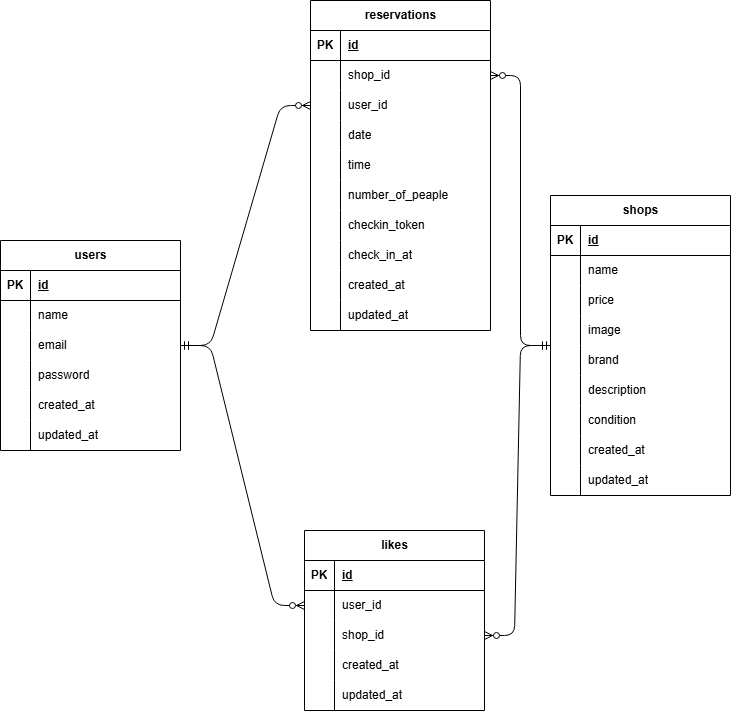
Earlier version of the draw.io export ER.drawio.png (shinzawa/tsutomu-mogi3). Source tidied: cells renumbered, new cells last; positions are measured from the earlier drawing's top-left corner, leaving out a move shared by most shapes.
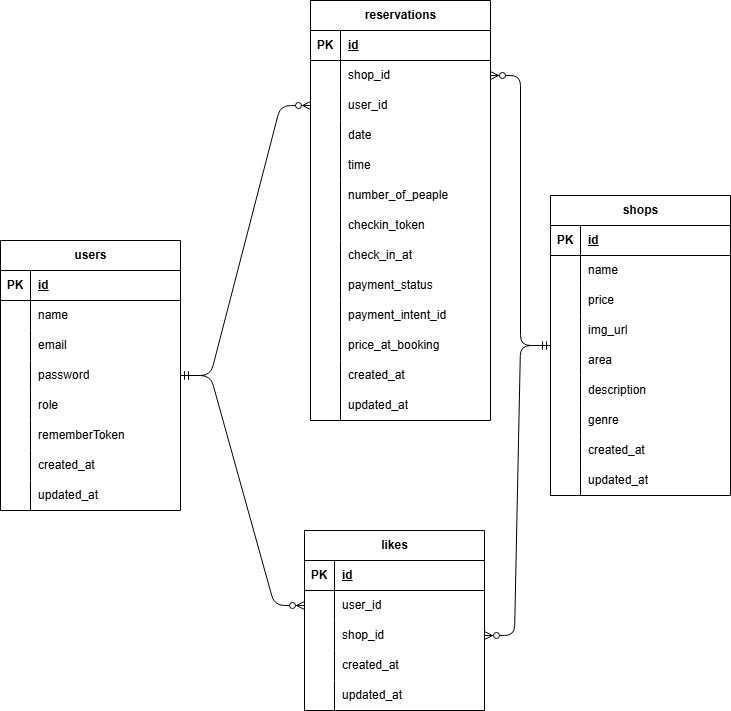
After the commit.

What changed in the source:
```diff
@@ -38,7 +38,7 @@
     <mxCell id="13" style="shape=partialRectangle;fillColor=none;top=0;left=0;bottom=0;right=0;overflow=hidden;whiteSpace=wrap;html=1;" parent="12" vertex="1">
       <mxGeometry width="30" height="30" as="geometry" />
     </mxCell>
-    <mxCell id="14" value="image" style="shape=partialRectangle;fillColor=none;top=0;left=0;bottom=0;right=0;align=left;spacingLeft=6;overflow=hidden;whiteSpace=wrap;html=1;" parent="12" vertex="1">
+    <mxCell id="14" value="img_url" style="shape=partialRectangle;fillColor=none;top=0;left=0;bottom=0;right=0;align=left;spacingLeft=6;overflow=hidden;whiteSpace=wrap;html=1;" parent="12" vertex="1">
       <mxGeometry x="30" width="150" height="30" as="geometry" />
     </mxCell>
     <mxCell id="15" style="shape=tableRow;horizontal=0;startSize=0;swimlaneHead=0;swimlaneBody=0;fillColor=none;top=0;left=0;right=0;bottom=0;" parent="2" vertex="1">
@@ -47,7 +47,7 @@
     <mxCell id="16" style="shape=partialRectangle;fillColor=none;top=0;left=0;bottom=0;right=0;overflow=hidden;whiteSpace=wrap;html=1;" parent="15" vertex="1">
       <mxGeometry width="30" height="30" as="geometry" />
     </mxCell>
-    <mxCell id="17" value="brand" style="shape=partialRectangle;fillColor=none;top=0;left=0;bottom=0;right=0;align=left;spacingLeft=6;overflow=hidden;whiteSpace=wrap;html=1;" parent="15" vertex="1">
+    <mxCell id="17" value="area" style="shape=partialRectangle;fillColor=none;top=0;left=0;bottom=0;right=0;align=left;spacingLeft=6;overflow=hidden;whiteSpace=wrap;html=1;" parent="15" vertex="1">
       <mxGeometry x="30" width="150" height="30" as="geometry" />
     </mxCell>
     <mxCell id="18" style="shape=tableRow;horizontal=0;startSize=0;swimlaneHead=0;swimlaneBody=0;fillColor=none;top=0;left=0;right=0;bottom=0;" parent="2" vertex="1">
@@ -65,7 +65,7 @@
     <mxCell id="22" style="shape=partialRectangle;fillColor=none;top=0;left=0;bottom=0;right=0;overflow=hidden;whiteSpace=wrap;html=1;" parent="21" vertex="1">
       <mxGeometry width="30" height="30" as="geometry" />
     </mxCell>
-    <mxCell id="23" value="condition" style="shape=partialRectangle;fillColor=none;top=0;left=0;bottom=0;right=0;align=left;spacingLeft=6;overflow=hidden;whiteSpace=wrap;html=1;" parent="21" vertex="1">
+    <mxCell id="23" value="genre" style="shape=partialRectangle;fillColor=none;top=0;left=0;bottom=0;right=0;align=left;spacingLeft=6;overflow=hidden;whiteSpace=wrap;html=1;" parent="21" vertex="1">
       <mxGeometry x="30" width="150" height="30" as="geometry" />
     </mxCell>
     <mxCell id="24" style="shape=tableRow;horizontal=0;startSize=0;swimlaneHead=0;swimlaneBody=0;fillColor=none;top=0;left=0;right=0;bottom=0;" parent="2" vertex="1">
@@ -87,7 +87,7 @@
       <mxGeometry x="30" width="150" height="30" as="geometry" />
     </mxCell>
     <mxCell id="30" value="users" style="shape=table;startSize=30;rowLines=0;fontStyle=1;align=center;html=1;" parent="1" vertex="1">
-      <mxGeometry y="240" width="180" height="210" as="geometry" />
+      <mxGeometry y="240" width="180" height="270" as="geometry" />
     </mxCell>
     <mxCell id="31" style="shape=tableRow;horizontal=0;startSize=0;swimlaneHead=0;swimlaneBody=0;fillColor=none;top=0;left=0;right=0;bottom=1;" parent="30" vertex="1">
       <mxGeometry y="30" width="180" height="30" as="geometry" />
@@ -131,7 +131,7 @@
     <mxCell id="44" style="shape=partialRectangle;fillColor=none;top=0;left=0;bottom=0;right=0;overflow=hidden;whiteSpace=wrap;html=1;" parent="43" vertex="1">
       <mxGeometry width="30" height="30" as="geometry" />
     </mxCell>
-    <mxCell id="45" value="created_at" style="shape=partialRectangle;fillColor=none;top=0;left=0;bottom=0;right=0;align=left;spacingLeft=6;overflow=hidden;whiteSpace=wrap;html=1;" parent="43" vertex="1">
+    <mxCell id="45" value="role" style="shape=partialRectangle;fillColor=none;top=0;left=0;bottom=0;right=0;align=left;spacingLeft=6;overflow=hidden;whiteSpace=wrap;html=1;" parent="43" vertex="1">
       <mxGeometry x="30" width="150" height="30" as="geometry" />
     </mxCell>
     <mxCell id="46" style="shape=tableRow;horizontal=0;startSize=0;swimlaneHead=0;swimlaneBody=0;fillColor=none;top=0;left=0;right=0;bottom=0;" parent="30" vertex="1">
@@ -140,11 +140,29 @@
     <mxCell id="47" style="shape=partialRectangle;fillColor=none;top=0;left=0;bottom=0;right=0;overflow=hidden;whiteSpace=wrap;html=1;" parent="46" vertex="1">
       <mxGeometry width="30" height="30" as="geometry" />
     </mxCell>
-    <mxCell id="48" value="updated_at" style="shape=partialRectangle;fillColor=none;top=0;left=0;bottom=0;right=0;align=left;spacingLeft=6;overflow=hidden;whiteSpace=wrap;html=1;" parent="46" vertex="1">
+    <mxCell id="48" value="rememberToken" style="shape=partialRectangle;fillColor=none;top=0;left=0;bottom=0;right=0;align=left;spacingLeft=6;overflow=hidden;whiteSpace=wrap;html=1;" parent="46" vertex="1">
       <mxGeometry x="30" width="150" height="30" as="geometry" />
     </mxCell>
+    <mxCell id="100" style="shape=tableRow;horizontal=0;startSize=0;swimlaneHead=0;swimlaneBody=0;fillColor=none;top=0;left=0;right=0;bottom=0;" parent="30" vertex="1">
+      <mxGeometry y="210" width="180" height="30" as="geometry" />
+    </mxCell>
+    <mxCell id="101" style="shape=partialRectangle;fillColor=none;top=0;left=0;bottom=0;right=0;overflow=hidden;whiteSpace=wrap;html=1;" parent="100" vertex="1">
+      <mxGeometry width="30" height="30" as="geometry" />
+    </mxCell>
+    <mxCell id="102" value="created_at" style="shape=partialRectangle;fillColor=none;top=0;left=0;bottom=0;right=0;align=left;spacingLeft=6;overflow=hidden;whiteSpace=wrap;html=1;" parent="100" vertex="1">
+      <mxGeometry x="30" width="150" height="30" as="geometry" />
+    </mxCell>
+    <mxCell id="103" style="shape=tableRow;horizontal=0;startSize=0;swimlaneHead=0;swimlaneBody=0;fillColor=none;top=0;left=0;right=0;bottom=0;" parent="30" vertex="1">
+      <mxGeometry y="240" width="180" height="30" as="geometry" />
+    </mxCell>
+    <mxCell id="104" style="shape=partialRectangle;fillColor=none;top=0;left=0;bottom=0;right=0;overflow=hidden;whiteSpace=wrap;html=1;" parent="103" vertex="1">
+      <mxGeometry width="30" height="30" as="geometry" />
+    </mxCell>
+    <mxCell id="105" value="updated_at" style="shape=partialRectangle;fillColor=none;top=0;left=0;bottom=0;right=0;align=left;spacingLeft=6;overflow=hidden;whiteSpace=wrap;html=1;" parent="103" vertex="1">
+      <mxGeometry x="30" width="150" height="30" as="geometry" />
+    </mxCell>
     <mxCell id="49" value="reservations" style="shape=table;startSize=30;rowLines=0;fontStyle=1;align=center;html=1;" parent="1" vertex="1">
-      <mxGeometry x="310" width="180" height="330" as="geometry" />
+      <mxGeometry x="310" width="180" height="420" as="geometry" />
     </mxCell>
     <mxCell id="50" style="shape=tableRow;horizontal=0;startSize=0;swimlaneHead=0;swimlaneBody=0;fillColor=none;top=0;left=0;right=0;bottom=1;" parent="49" vertex="1">
       <mxGeometry y="30" width="180" height="30" as="geometry" />
@@ -224,7 +242,7 @@
     <mxCell id="75" style="shape=partialRectangle;fillColor=none;top=0;left=0;bottom=0;right=0;overflow=hidden;whiteSpace=wrap;html=1;" parent="74" vertex="1">
       <mxGeometry width="30" height="30" as="geometry" />
     </mxCell>
-    <mxCell id="76" value="created_at" style="shape=partialRectangle;fillColor=none;top=0;left=0;bottom=0;right=0;align=left;spacingLeft=6;overflow=hidden;whiteSpace=wrap;html=1;" parent="74" vertex="1">
+    <mxCell id="76" value="payment_status" style="shape=partialRectangle;fillColor=none;top=0;left=0;bottom=0;right=0;align=left;spacingLeft=6;overflow=hidden;whiteSpace=wrap;html=1;" parent="74" vertex="1">
       <mxGeometry x="30" width="150" height="30" as="geometry" />
     </mxCell>
     <mxCell id="77" style="shape=tableRow;horizontal=0;startSize=0;swimlaneHead=0;swimlaneBody=0;fillColor=none;top=0;left=0;right=0;bottom=0;" parent="49" vertex="1">
@@ -233,9 +251,36 @@
     <mxCell id="78" style="shape=partialRectangle;fillColor=none;top=0;left=0;bottom=0;right=0;overflow=hidden;whiteSpace=wrap;html=1;" parent="77" vertex="1">
       <mxGeometry width="30" height="30" as="geometry" />
     </mxCell>
-    <mxCell id="79" value="updated_at" style="shape=partialRectangle;fillColor=none;top=0;left=0;bottom=0;right=0;align=left;spacingLeft=6;overflow=hidden;whiteSpace=wrap;html=1;" parent="77" vertex="1">
+    <mxCell id="79" value="payment_intent_id" style="shape=partialRectangle;fillColor=none;top=0;left=0;bottom=0;right=0;align=left;spacingLeft=6;overflow=hidden;whiteSpace=wrap;html=1;" parent="77" vertex="1">
       <mxGeometry x="30" width="150" height="30" as="geometry" />
     </mxCell>
+    <mxCell id="106" style="shape=tableRow;horizontal=0;startSize=0;swimlaneHead=0;swimlaneBody=0;fillColor=none;top=0;left=0;right=0;bottom=0;" parent="49" vertex="1">
+      <mxGeometry y="330" width="180" height="30" as="geometry" />
+    </mxCell>
+    <mxCell id="107" style="shape=partialRectangle;fillColor=none;top=0;left=0;bottom=0;right=0;overflow=hidden;whiteSpace=wrap;html=1;" parent="106" vertex="1">
+      <mxGeometry width="30" height="30" as="geometry" />
+    </mxCell>
+    <mxCell id="108" value="price_at_booking" style="shape=partialRectangle;fillColor=none;top=0;left=0;bottom=0;right=0;align=left;spacingLeft=6;overflow=hidden;whiteSpace=wrap;html=1;" parent="106" vertex="1">
+      <mxGeometry x="30" width="150" height="30" as="geometry" />
+    </mxCell>
+    <mxCell id="109" style="shape=tableRow;horizontal=0;startSize=0;swimlaneHead=0;swimlaneBody=0;fillColor=none;top=0;left=0;right=0;bottom=0;" parent="49" vertex="1">
+      <mxGeometry y="360" width="180" height="30" as="geometry" />
+    </mxCell>
+    <mxCell id="110" style="shape=partialRectangle;fillColor=none;top=0;left=0;bottom=0;right=0;overflow=hidden;whiteSpace=wrap;html=1;" parent="109" vertex="1">
+      <mxGeometry width="30" height="30" as="geometry" />
+    </mxCell>
+    <mxCell id="111" value="created_at" style="shape=partialRectangle;fillColor=none;top=0;left=0;bottom=0;right=0;align=left;spacingLeft=6;overflow=hidden;whiteSpace=wrap;html=1;" parent="109" vertex="1">
+      <mxGeometry x="30" width="150" height="30" as="geometry" />
+    </mxCell>
+    <mxCell id="112" style="shape=tableRow;horizontal=0;startSize=0;swimlaneHead=0;swimlaneBody=0;fillColor=none;top=0;left=0;right=0;bottom=0;" parent="49" vertex="1">
+      <mxGeometry y="390" width="180" height="30" as="geometry" />
+    </mxCell>
+    <mxCell id="113" style="shape=partialRectangle;fillColor=none;top=0;left=0;bottom=0;right=0;overflow=hidden;whiteSpace=wrap;html=1;" parent="112" vertex="1">
+      <mxGeometry width="30" height="30" as="geometry" />
+    </mxCell>
+    <mxCell id="114" value="updated_at" style="shape=partialRectangle;fillColor=none;top=0;left=0;bottom=0;right=0;align=left;spacingLeft=6;overflow=hidden;whiteSpace=wrap;html=1;" parent="112" vertex="1">
+      <mxGeometry x="30" width="150" height="30" as="geometry" />
+    </mxCell>
     <mxCell id="80" value="likes" style="shape=table;startSize=30;rowLines=0;fontStyle=1;align=center;html=1;" parent="1" vertex="1">
       <mxGeometry x="304" y="530" width="180" height="180" as="geometry" />
     </mxCell>
```
